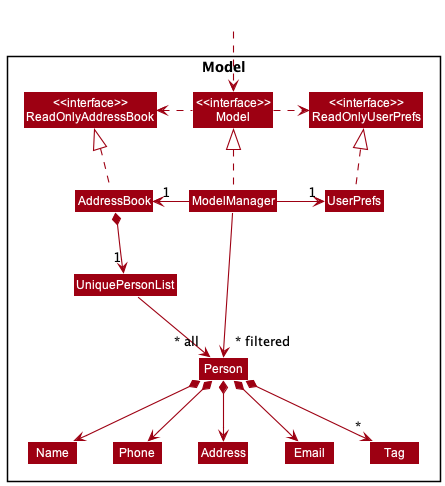
nus-cs2103-AY2223S1/tp keeps this PlantUML diagram as docs/images/ModelClassDiagram.png. Above is the earlier version.
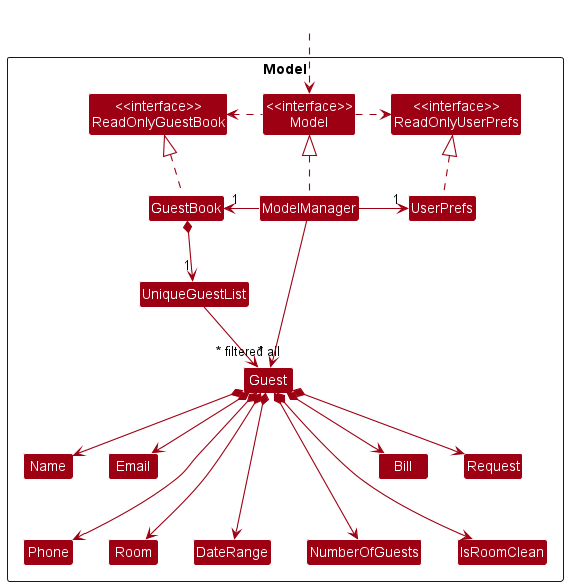
After the commit.

Commit message:
Update model diagram

The edit, as a diff of the source:
```diff
@@ -5,46 +5,50 @@
 skinparam classBackgroundColor MODEL_COLOR
 
 Package Model <<Rectangle>>{
-Class "<<interface>>\nReadOnlyAddressBook" as ReadOnlyAddressBook
+Class "<<interface>>\nReadOnlyGuestBook" as ReadOnlyGuestBook
 Class "<<interface>>\nReadOnlyUserPrefs" as ReadOnlyUserPrefs
 Class "<<interface>>\nModel" as Model
-Class AddressBook
+Class GuestBook
 Class ModelManager
 Class UserPrefs
 
-Class UniquePersonList
-Class Person
-Class Address
+Class UniqueGuestList
+Class Guest
+Class Name
 Class Email
-Class Name
 Class Phone
-Class Tag
+Class Room
+Class DateRange
+Class NumberOfGuests
+Class IsRoomClean
+Class Bill
+Class Request
 
 }
 
 Class HiddenOutside #FFFFFF
 HiddenOutside ..> Model
 
-AddressBook .up.|> ReadOnlyAddressBook
+GuestBook .up.|> ReadOnlyGuestBook
 
 ModelManager .up.|> Model
 Model .right.> ReadOnlyUserPrefs
-Model .left.> ReadOnlyAddressBook
-ModelManager -left-> "1" AddressBook
+Model .left.> ReadOnlyGuestBook
+ModelManager -left-> "1" GuestBook
 ModelManager -right-> "1" UserPrefs
 UserPrefs .up.|> ReadOnlyUserPrefs
 
-AddressBook *--> "1" UniquePersonList
-UniquePersonList --> "~* all" Person
-Person *--> Name
-Person *--> Phone
-Person *--> Email
-Person *--> Address
-Person *--> "*" Tag
+GuestBook *--> "1" UniqueGuestList
+UniqueGuestList --> "~* all" Guest
+Guest *--> Name
+Guest *--> Email
+Guest *---> Phone
+Guest *---> Room
+Guest *---> DateRange
+Guest *---> NumberOfGuests
+Guest *---> IsRoomClean
+Guest *--> Bill
+Guest *--> Request
 
-Name -[hidden]right-> Phone
-Phone -[hidden]right-> Address
-Address -[hidden]right-> Email
-
-ModelManager -->"~* filtered" Person
+ModelManager -->"~* filtered" Guest
 @enduml
```
